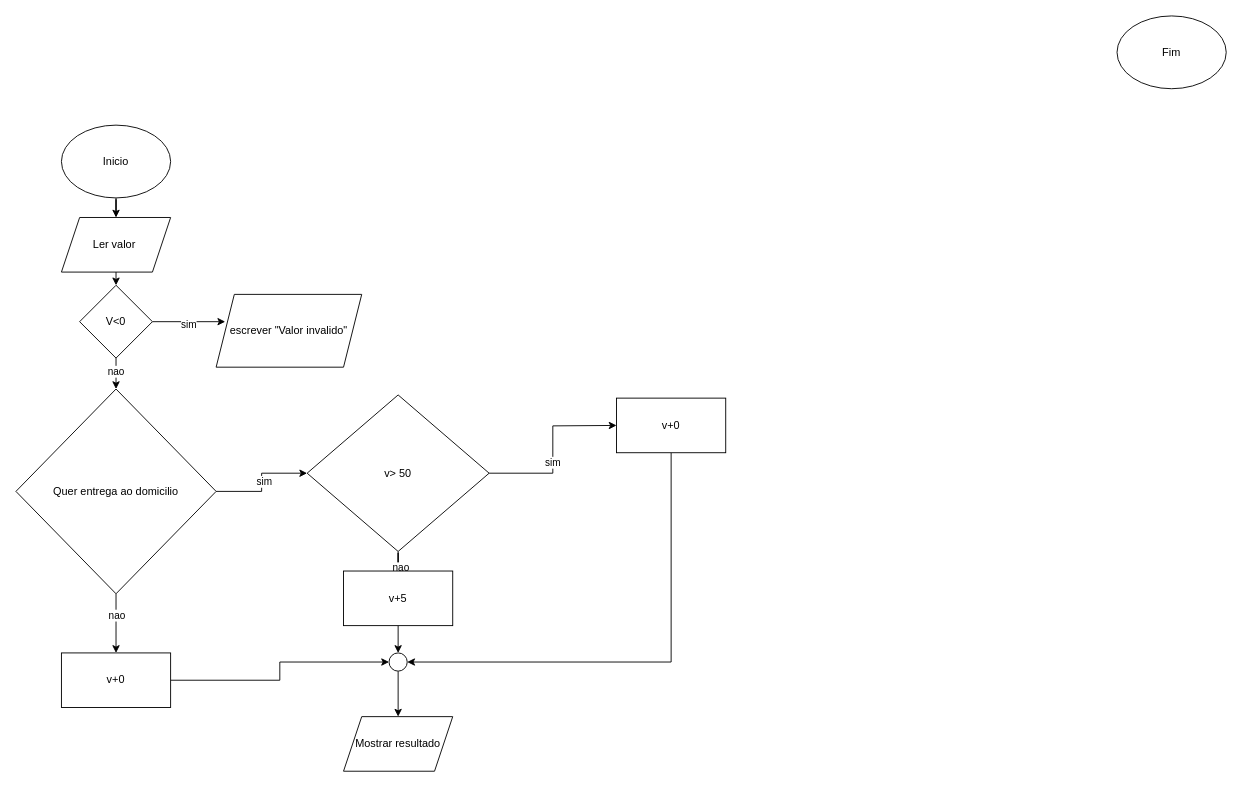
The draw.io diagram fluxograma 12.drawio in Goncalo203/diagrama-1, before the edit. Source tidied: cells renumbered, new cells numbered last; positions are measured from the earlier drawing's top-left corner, leaving out a move shared by most shapes. Both pictures are drawn from the tidied source at 91%, with x=0, y=0 at pixel (15, 15).
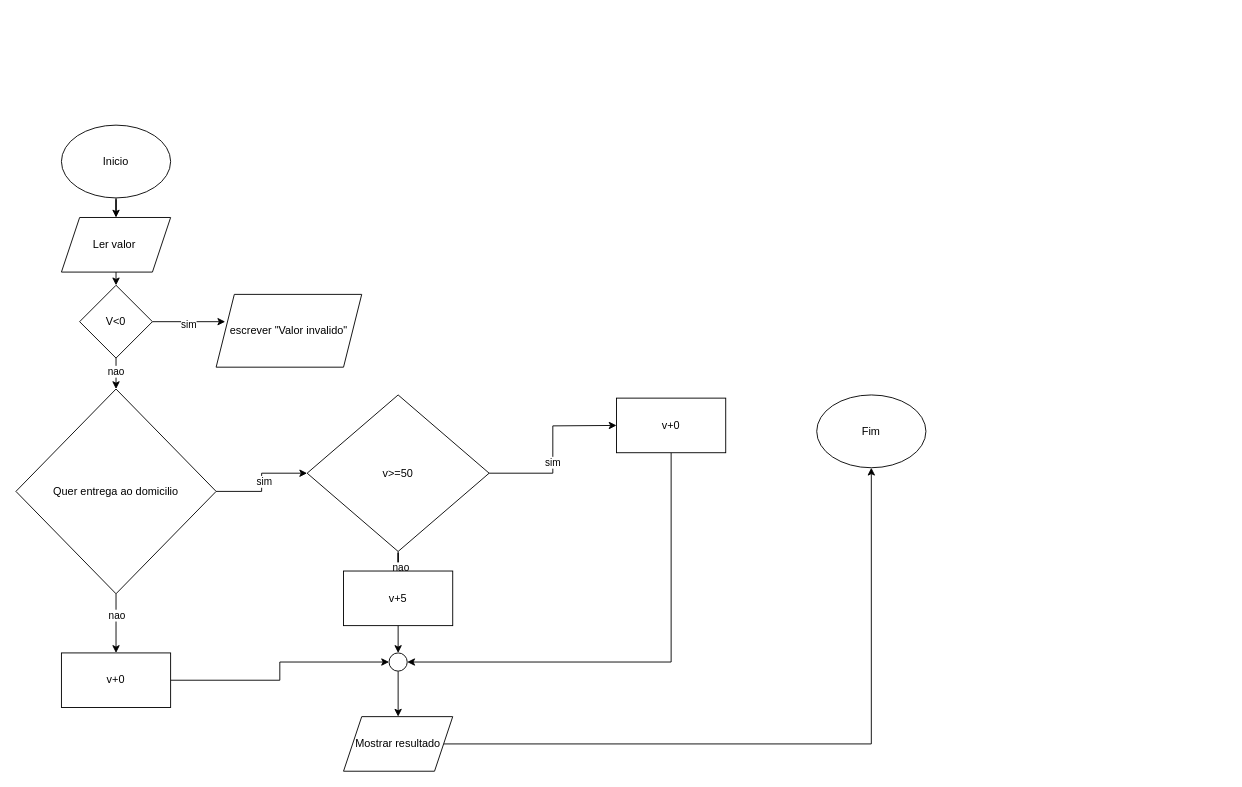
After the change.

Unchanged cells that the change refers to:
```xml
<mxCell id="23" value="Mostrar resultado" style="shape=parallelogram;perimeter=parallelogramPerimeter;whiteSpace=wrap;html=1;shapeInside=1;fixedSize=1;" parent="1" vertex="1">
  <mxGeometry x="360" y="770" width="120" height="60" as="geometry" />
</mxCell>
```

Change to the diagram source:
```diff
@@
     <mxCell id="4" value="Fim" style="ellipse;whiteSpace=wrap;html=1;shapeInside=1;" parent="1" vertex="1">
-      <mxGeometry x="1210" width="120" height="80" as="geometry" />
+      <mxGeometry x="880" y="416.5" width="120" height="80" as="geometry" />
     </mxCell>
@@
-    <mxCell id="18" value="v&amp;gt; 50" style="rhombus;whiteSpace=wrap;html=1;shapeInside=1;" parent="1" vertex="1">
+    <mxCell id="18" value="v&amp;gt;=50" style="rhombus;whiteSpace=wrap;html=1;shapeInside=1;" parent="1" vertex="1">
       <mxGeometry x="320" y="416.5" width="200" height="172" as="geometry" />
     </mxCell>
@@
+    <mxCell id="32" style="edgeStyle=orthogonalEdgeStyle;rounded=0;jettySize=auto;html=1;exitX=1;exitY=0.5;exitDx=0;exitDy=0;entryX=0.5;entryY=1;entryDx=0;entryDy=0;" parent="1" edge="1" source="23" target="4">
+      <mxGeometry relative="1" as="geometry" />
+    </mxCell>
```
